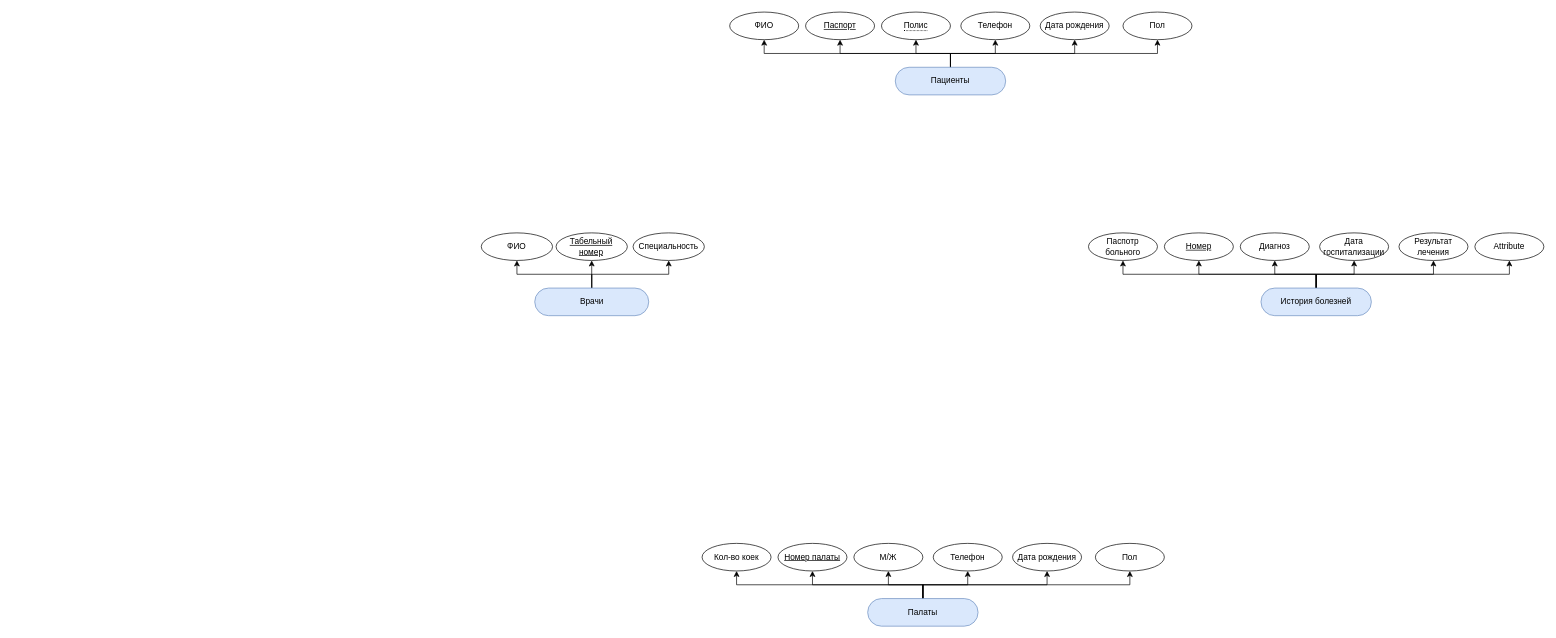
Above: EntityRelation.drawio in den-a-s/drawio-diagrams (draw.io), before the change. Source tidied: cells renumbered, new cells numbered last; positions are measured from the earlier drawing's top-left corner, leaving out a move shared by most shapes. Both pictures are drawn from the tidied source at 69%, with x=0, y=0 at pixel (481, 12).
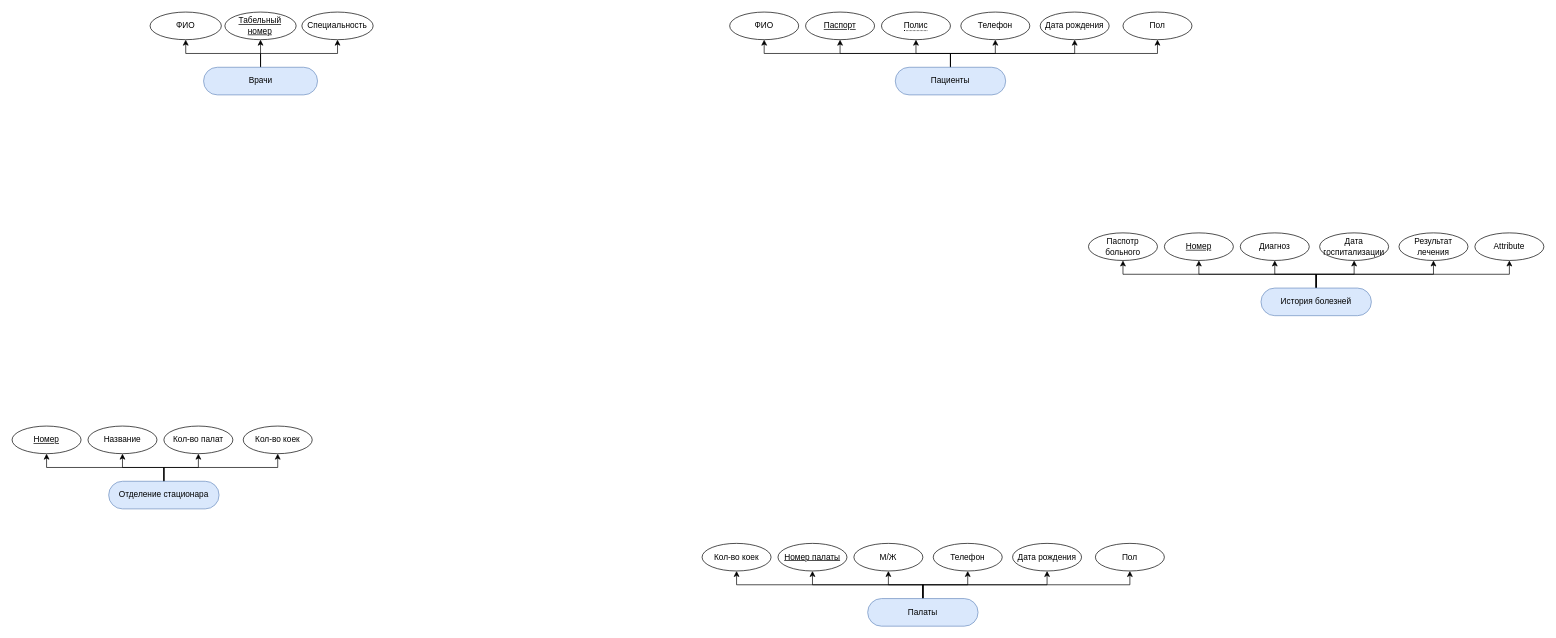
The same page after the edit.

Commit message:
Добавление сущности Отделение стационара

Diff of the diagram source:
```diff
@@
-    <mxCell id="30" value="&lt;div&gt;Табельный&lt;/div&gt;&lt;div&gt;номер&lt;/div&gt;" style="ellipse;whiteSpace=wrap;html=1;align=center;fontStyle=4;" parent="1" vertex="1">
-      <mxGeometry x="108.4" y="320" width="103.3" height="40" as="geometry" />
-    </mxCell>
-    <mxCell id="31" value="ФИО" style="ellipse;whiteSpace=wrap;html=1;align=center;" parent="1" vertex="1">
-      <mxGeometry y="320" width="103.3" height="40" as="geometry" />
-    </mxCell>
-    <mxCell id="32" value="Специальность" style="ellipse;whiteSpace=wrap;html=1;align=center;" parent="1" vertex="1">
-      <mxGeometry x="220" y="320" width="103.3" height="40" as="geometry" />
-    </mxCell>
-    <mxCell id="33" style="edgeStyle=orthogonalEdgeStyle;rounded=0;jettySize=auto;html=1;entryX=0.5;entryY=1;entryDx=0;entryDy=0;" parent="1" edge="1" source="36" target="31">
-      <mxGeometry relative="1" as="geometry">
-        <Array as="points">
-          <mxPoint x="160" y="380" />
-          <mxPoint x="52" y="380" />
-        </Array>
-      </mxGeometry>
-    </mxCell>
-    <mxCell id="34" style="edgeStyle=orthogonalEdgeStyle;rounded=0;jettySize=auto;html=1;entryX=0.5;entryY=1;entryDx=0;entryDy=0;" parent="1" edge="1" source="36" target="30">
-      <mxGeometry relative="1" as="geometry" />
-    </mxCell>
-    <mxCell id="35" style="edgeStyle=orthogonalEdgeStyle;rounded=0;jettySize=auto;html=1;entryX=0.5;entryY=1;entryDx=0;entryDy=0;" parent="1" edge="1" source="36" target="32">
-      <mxGeometry relative="1" as="geometry" />
-    </mxCell>
-    <mxCell id="36" value="Врачи" style="whiteSpace=wrap;html=1;align=center;fillColor=#dae8fc;strokeColor=#6c8ebf;rounded=1;arcSize=50;" parent="1" vertex="1">
-      <mxGeometry x="77.5" y="400" width="165.2" height="40" as="geometry" />
-    </mxCell>
@@
+    <mxCell id="51" style="group;rounded=0;" parent="1" vertex="1">
+      <mxGeometry x="-680" y="600" width="670" height="120" as="geometry" />
+    </mxCell>
+    <mxCell id="52" value="Кол-во коек" style="ellipse;whiteSpace=wrap;html=1;align=center;" parent="51" vertex="1">
+      <mxGeometry x="335" width="100" height="40" as="geometry" />
+    </mxCell>
+    <mxCell id="53" style="edgeStyle=orthogonalEdgeStyle;rounded=0;jettySize=auto;html=1;entryX=0.5;entryY=1;entryDx=0;entryDy=0;exitX=0.5;exitY=0;exitDx=0;exitDy=0;" parent="51" edge="1" source="56" target="52">
+      <mxGeometry relative="1" as="geometry">
+        <Array as="points">
+          <mxPoint x="220" y="60" />
+          <mxPoint x="385" y="60" />
+        </Array>
+      </mxGeometry>
+    </mxCell>
+    <mxCell id="54" style="edgeStyle=orthogonalEdgeStyle;rounded=0;jettySize=auto;html=1;exitX=0.5;exitY=0;exitDx=0;exitDy=0;entryX=0.5;entryY=1;entryDx=0;entryDy=0;" parent="51" edge="1" source="56" target="57">
+      <mxGeometry relative="1" as="geometry">
+        <Array as="points">
+          <mxPoint x="220" y="60" />
+          <mxPoint x="50" y="60" />
+        </Array>
+      </mxGeometry>
+    </mxCell>
+    <mxCell id="55" style="edgeStyle=orthogonalEdgeStyle;rounded=0;jettySize=auto;html=1;entryX=0.5;entryY=1;entryDx=0;entryDy=0;exitX=0.5;exitY=0;exitDx=0;exitDy=0;" parent="51" edge="1" source="56">
+      <mxGeometry relative="1" as="geometry">
+        <mxPoint x="270" y="40" as="targetPoint" />
+        <Array as="points">
+          <mxPoint x="220" y="60" />
+          <mxPoint x="270" y="60" />
+        </Array>
+      </mxGeometry>
+    </mxCell>
+    <mxCell id="56" value="Отделение стационара" style="whiteSpace=wrap;html=1;align=center;fillColor=#dae8fc;strokeColor=#6c8ebf;rounded=1;arcSize=50;" parent="51" vertex="1">
+      <mxGeometry x="140" y="80" width="160" height="40" as="geometry" />
+    </mxCell>
+    <mxCell id="57" value="&lt;div&gt;Номер&lt;/div&gt;" style="ellipse;whiteSpace=wrap;html=1;align=center;fontStyle=4;" parent="51" vertex="1">
+      <mxGeometry width="100" height="40" as="geometry" />
+    </mxCell>
+    <mxCell id="58" value="Кол-во палат" style="ellipse;whiteSpace=wrap;html=1;align=center;" parent="51" vertex="1">
+      <mxGeometry x="220" width="100" height="40" as="geometry" />
+    </mxCell>
+    <mxCell id="59" style="group;" parent="1" vertex="1">
+      <mxGeometry x="-480" width="323.3" height="120" as="geometry" />
+    </mxCell>
+    <mxCell id="30" value="&lt;div&gt;Табельный&lt;/div&gt;&lt;div&gt;номер&lt;/div&gt;" style="ellipse;whiteSpace=wrap;html=1;align=center;fontStyle=4;" parent="59" vertex="1">
+      <mxGeometry x="108.4" width="103.3" height="40" as="geometry" />
+    </mxCell>
+    <mxCell id="31" value="ФИО" style="ellipse;whiteSpace=wrap;html=1;align=center;" parent="59" vertex="1">
+      <mxGeometry width="103.3" height="40" as="geometry" />
+    </mxCell>
+    <mxCell id="32" value="Специальность" style="ellipse;whiteSpace=wrap;html=1;align=center;" parent="59" vertex="1">
+      <mxGeometry x="220" width="103.3" height="40" as="geometry" />
+    </mxCell>
+    <mxCell id="33" style="edgeStyle=orthogonalEdgeStyle;rounded=0;jettySize=auto;html=1;entryX=0.5;entryY=1;entryDx=0;entryDy=0;" parent="59" edge="1" source="36" target="31">
+      <mxGeometry relative="1" as="geometry">
+        <Array as="points">
+          <mxPoint x="160" y="60" />
+          <mxPoint x="52" y="60" />
+        </Array>
+      </mxGeometry>
+    </mxCell>
+    <mxCell id="34" style="edgeStyle=orthogonalEdgeStyle;rounded=0;jettySize=auto;html=1;entryX=0.5;entryY=1;entryDx=0;entryDy=0;" parent="59" edge="1" source="36" target="30">
+      <mxGeometry relative="1" as="geometry" />
+    </mxCell>
+    <mxCell id="35" style="edgeStyle=orthogonalEdgeStyle;rounded=0;jettySize=auto;html=1;entryX=0.5;entryY=1;entryDx=0;entryDy=0;" parent="59" edge="1" source="36" target="32">
+      <mxGeometry relative="1" as="geometry" />
+    </mxCell>
+    <mxCell id="36" value="Врачи" style="whiteSpace=wrap;html=1;align=center;fillColor=#dae8fc;strokeColor=#6c8ebf;rounded=1;arcSize=50;" parent="59" vertex="1">
+      <mxGeometry x="77.5" y="80" width="165.2" height="40" as="geometry" />
+    </mxCell>
+    <mxCell id="60" value="Название" style="ellipse;whiteSpace=wrap;html=1;align=center;" parent="1" vertex="1">
+      <mxGeometry x="-570" y="600" width="100" height="40" as="geometry" />
+    </mxCell>
+    <mxCell id="61" style="edgeStyle=orthogonalEdgeStyle;rounded=0;jettySize=auto;html=1;entryX=0.5;entryY=1;entryDx=0;entryDy=0;" parent="1" edge="1" source="56" target="60">
+      <mxGeometry relative="1" as="geometry" />
+    </mxCell>
```
